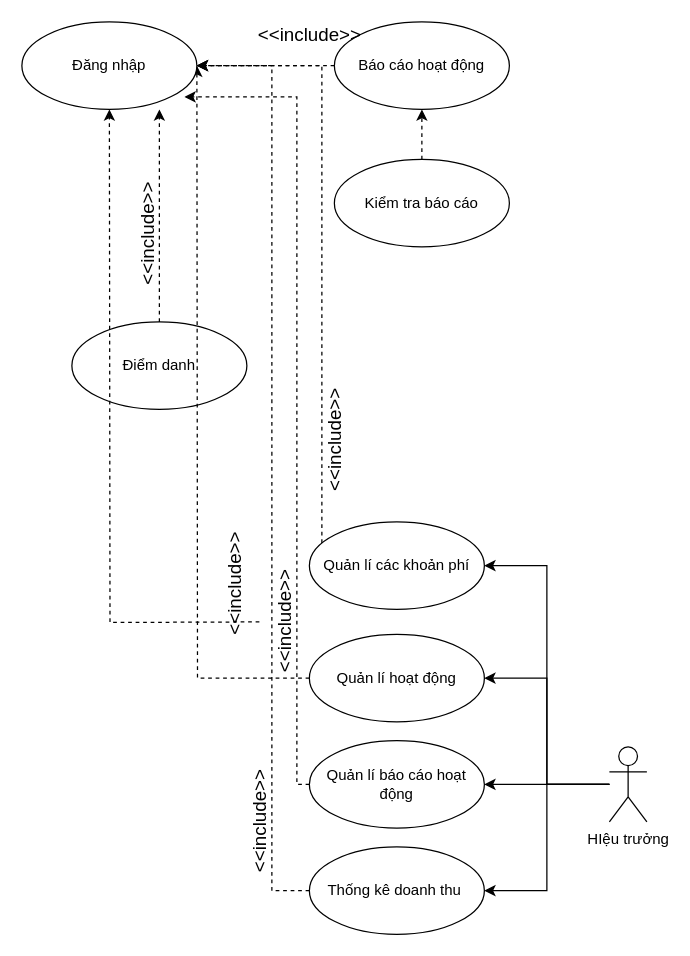
The draw.io diagram page "Page-2" (2 of 2) of doc/usecase/mamnonusecase.drawio in tuankiet64-cntt/quanlitruongmamnon, before the edit. Source tidied: cells renumbered, new cells numbered last; positions are measured from the earlier drawing's top-left corner, leaving out a move shared by most shapes. Both pictures are drawn from the tidied source at 125%, with x=0, y=0 at pixel (21, 21).
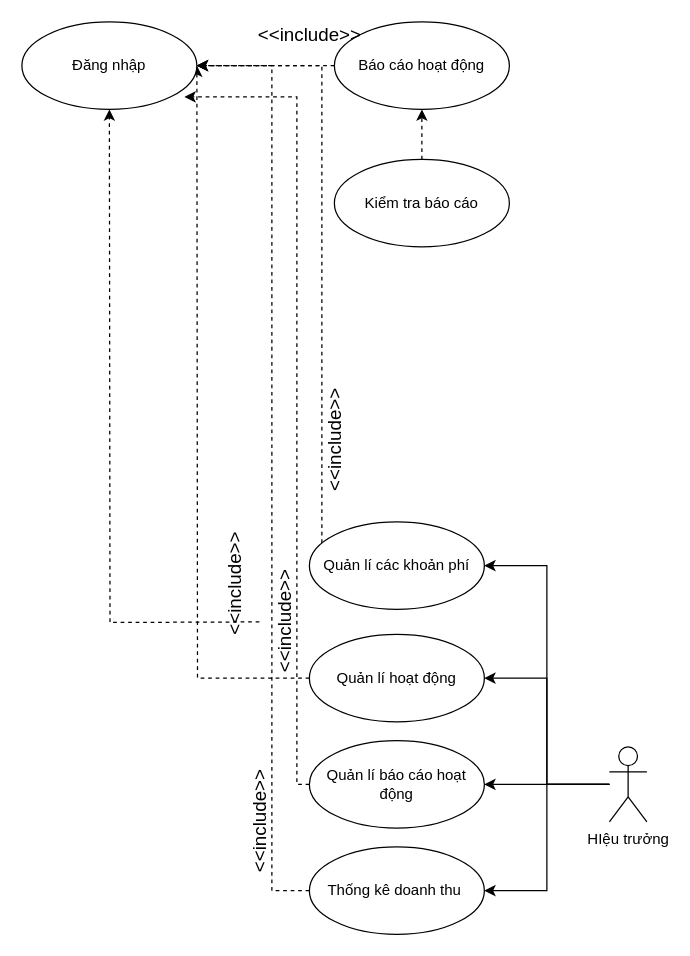
Above is the later version.

What changed in the source:
```diff
@@
-    <mxCell id="2" style="edgeStyle=orthogonalEdgeStyle;rounded=0;jettySize=auto;html=1;entryX=0.786;entryY=1;entryDx=0;entryDy=0;entryPerimeter=0;dashed=1;fontSize=15;" parent="1" edge="1" source="3">
-      <mxGeometry relative="1" as="geometry">
-        <mxPoint x="110" y="70" as="targetPoint" />
-      </mxGeometry>
-    </mxCell>
-    <mxCell id="3" value="Điểm danh" style="ellipse;whiteSpace=wrap;html=1;" parent="1" vertex="1">
-      <mxGeometry x="40" y="240" width="140" height="70" as="geometry" />
-    </mxCell>
@@
-    <mxCell id="8" value="&amp;lt;&amp;lt;include&amp;gt;&amp;gt;" style="text;html=1;align=center;verticalAlign=middle;fontSize=15;rotation=270;" parent="1" vertex="1">
-      <mxGeometry x="50" y="160" width="100" height="20" as="geometry" />
-    </mxCell>
```
